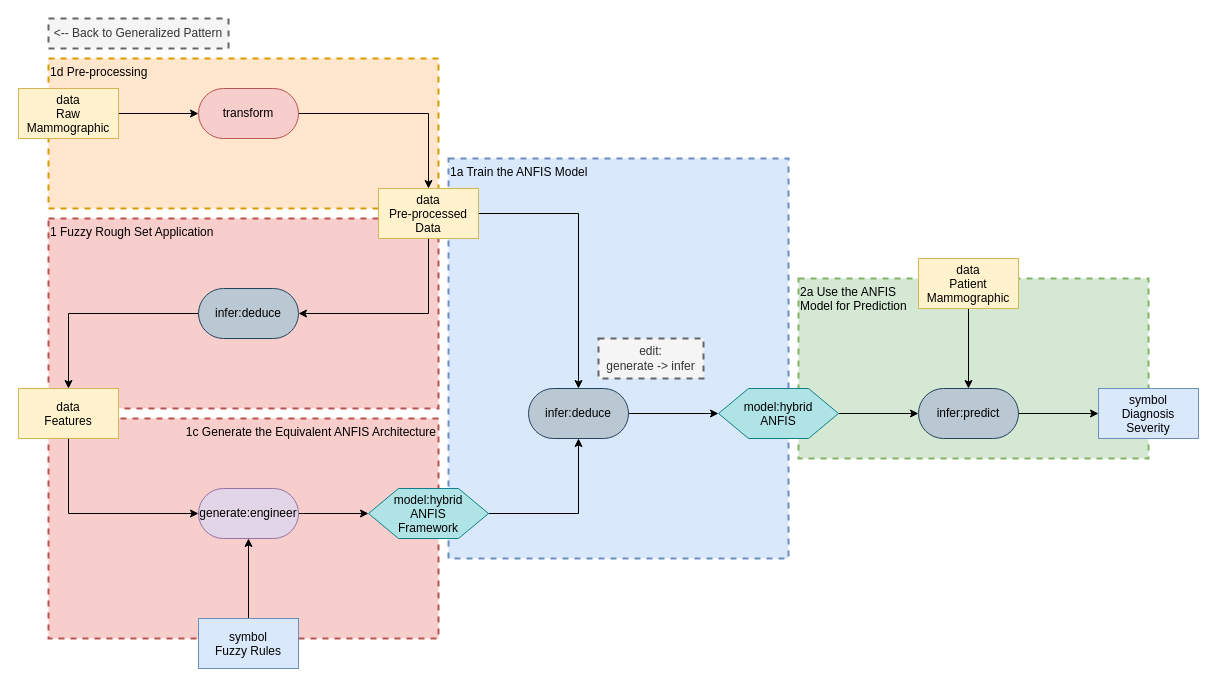
Before: page "Refined Pattern 1" (2 of 8) of medical patterns to boxologies/Rule-Based Method pre-processes input data for ML Prediction (RBML)/REML.drawio in zonnesmit/thesis, a draw.io diagram. Source tidied: cells renumbered, new cells numbered last; positions are measured from the earlier drawing's top-left corner, leaving out a move shared by most shapes. Both pictures are drawn from the tidied source at 100%, with x=0, y=0 at pixel (18, 18).
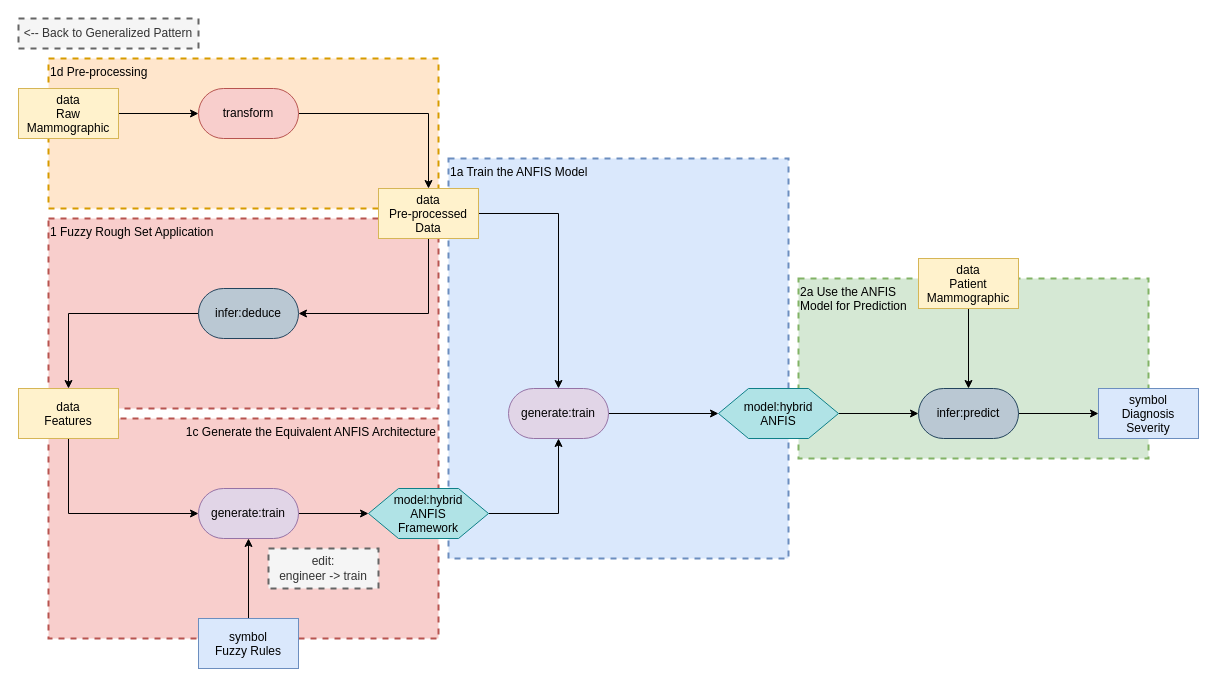
After the change.

Unchanged cells that the change refers to:
```xml
<mxCell id="13" value="data&#10;Pre-processed&#10;Data" style="rectangle;fillColor=#fff2cc;strokeColor=#d6b656;" parent="1" vertex="1">
  <mxGeometry x="360" y="170" width="100" height="50" as="geometry" />
</mxCell>
<mxCell id="17" value="data&#10;Features" style="rectangle;fillColor=#fff2cc;strokeColor=#d6b656;" parent="1" vertex="1">
  <mxGeometry y="370" width="100" height="50" as="geometry" />
</mxCell>
<mxCell id="21" value="model:hybrid&#10;ANFIS&#10;Framework" style="shape=hexagon;perimeter=hexagonPerimeter2;fillColor=#b0e3e6;strokeColor=#0e8088;" parent="1" vertex="1">
  <mxGeometry x="350" y="470" width="120" height="50" as="geometry" />
</mxCell>
<mxCell id="23" value="symbol&#10;Fuzzy Rules" style="rectangle;fillColor=#dae8fc;strokeColor=#6c8ebf;" parent="1" vertex="1">
  <mxGeometry x="180" y="600" width="100" height="50" as="geometry" />
</mxCell>
<mxCell id="25" value="model:hybrid&#10;ANFIS" style="shape=hexagon;perimeter=hexagonPerimeter2;fillColor=#b0e3e6;strokeColor=#0e8088;" parent="1" vertex="1">
  <mxGeometry x="700" y="370" width="120" height="50" as="geometry" />
</mxCell>
```

What changed in the source:
```diff
@@
-    <mxCell id="12" style="edgeStyle=orthogonalEdgeStyle;rounded=0;jettySize=auto;html=1;exitX=1;exitY=0.5;exitDx=0;exitDy=0;entryX=0.5;entryY=0;entryDx=0;entryDy=0;" parent="1" edge="1" source="13" target="32">
-      <mxGeometry relative="1" as="geometry" />
-    </mxCell>
+    <mxCell id="35" style="edgeStyle=orthogonalEdgeStyle;rounded=0;jettySize=auto;html=1;exitX=1;exitY=0.5;exitDx=0;exitDy=0;entryX=0.5;entryY=0;entryDx=0;entryDy=0;" parent="1" edge="1" source="13" target="40">
+      <mxGeometry relative="1" as="geometry" />
+    </mxCell>
@@
-    <mxCell id="16" style="edgeStyle=orthogonalEdgeStyle;rounded=0;jettySize=auto;html=1;exitX=0.5;exitY=1;exitDx=0;exitDy=0;entryX=0;entryY=0.5;entryDx=0;entryDy=0;" parent="1" edge="1" source="17" target="19">
-      <mxGeometry relative="1" as="geometry" />
-    </mxCell>
+    <mxCell id="36" style="edgeStyle=orthogonalEdgeStyle;rounded=0;jettySize=auto;html=1;exitX=0.5;exitY=1;exitDx=0;exitDy=0;entryX=0;entryY=0.5;entryDx=0;entryDy=0;" parent="1" edge="1" source="17" target="42">
+      <mxGeometry relative="1" as="geometry" />
+    </mxCell>
@@
-    <mxCell id="18" style="edgeStyle=orthogonalEdgeStyle;rounded=0;jettySize=auto;html=1;exitX=1;exitY=0.5;exitDx=0;exitDy=0;entryX=0;entryY=0.5;entryDx=0;entryDy=0;" parent="1" edge="1" source="19" target="21">
-      <mxGeometry relative="1" as="geometry" />
-    </mxCell>
-    <mxCell id="19" value="generate:engineer" style="rounded=1;whiteSpace=wrap;html=1;arcSize=50;fillColor=#e1d5e7;strokeColor=#9673a6;" parent="1" vertex="1">
-      <mxGeometry x="180" y="470" width="100" height="50" as="geometry" />
-    </mxCell>
-    <mxCell id="20" style="edgeStyle=orthogonalEdgeStyle;rounded=0;jettySize=auto;html=1;exitX=1;exitY=0.5;exitDx=0;exitDy=0;entryX=0.5;entryY=1;entryDx=0;entryDy=0;" parent="1" edge="1" source="21" target="32">
-      <mxGeometry relative="1" as="geometry" />
-    </mxCell>
+    <mxCell id="37" style="edgeStyle=orthogonalEdgeStyle;rounded=0;jettySize=auto;html=1;exitX=1;exitY=0.5;exitDx=0;exitDy=0;entryX=0.5;entryY=1;entryDx=0;entryDy=0;" parent="1" edge="1" source="21" target="40">
+      <mxGeometry relative="1" as="geometry" />
+    </mxCell>
@@
-    <mxCell id="22" style="edgeStyle=orthogonalEdgeStyle;rounded=0;jettySize=auto;html=1;entryX=0.5;entryY=1;entryDx=0;entryDy=0;" parent="1" edge="1" source="23" target="19">
-      <mxGeometry relative="1" as="geometry" />
-    </mxCell>
+    <mxCell id="38" style="edgeStyle=orthogonalEdgeStyle;rounded=0;jettySize=auto;html=1;exitX=0.5;exitY=0;exitDx=0;exitDy=0;entryX=0.5;entryY=1;entryDx=0;entryDy=0;" parent="1" edge="1" source="23" target="42">
+      <mxGeometry relative="1" as="geometry" />
+    </mxCell>
@@
-    <mxCell id="31" style="edgeStyle=orthogonalEdgeStyle;rounded=0;jettySize=auto;html=1;exitX=1;exitY=0.5;exitDx=0;exitDy=0;entryX=0;entryY=0.5;entryDx=0;entryDy=0;" parent="1" edge="1" source="32" target="25">
-      <mxGeometry relative="1" as="geometry" />
-    </mxCell>
-    <mxCell id="32" value="infer:deduce" style="rounded=1;whiteSpace=wrap;html=1;arcSize=50;fillColor=#bac8d3;strokeColor=#23445d;" parent="1" vertex="1">
-      <mxGeometry x="510" y="370" width="100" height="50" as="geometry" />
-    </mxCell>
-    <mxCell id="33" value="&lt;div&gt;edit:&lt;/div&gt;&lt;div&gt;generate -&amp;gt; infer&lt;/div&gt;" style="text;html=1;align=center;verticalAlign=middle;whiteSpace=wrap;rounded=0;dashed=1;fillColor=#f5f5f5;fontColor=#333333;strokeColor=#666666;strokeWidth=2;" parent="1" vertex="1">
-      <mxGeometry x="580" y="320" width="105" height="40" as="geometry" />
-    </mxCell>
     <mxCell id="34" value="&amp;lt;-- Back to Generalized Pattern" style="text;html=1;align=center;verticalAlign=middle;whiteSpace=wrap;rounded=0;dashed=1;fillColor=#f5f5f5;strokeColor=#666666;strokeWidth=2;fontColor=#333333;" parent="1" vertex="1">
-      <mxGeometry x="30" width="180" height="30" as="geometry" />
+      <mxGeometry width="180" height="30" as="geometry" />
     </mxCell>
+    <mxCell id="39" style="edgeStyle=orthogonalEdgeStyle;rounded=0;jettySize=auto;html=1;exitX=1;exitY=0.5;exitDx=0;exitDy=0;entryX=0;entryY=0.5;entryDx=0;entryDy=0;" parent="1" edge="1" source="40" target="25">
+      <mxGeometry relative="1" as="geometry" />
+    </mxCell>
+    <mxCell id="40" value="generate:train" style="rounded=1;whiteSpace=wrap;html=1;arcSize=50;fillColor=#e1d5e7;strokeColor=#9673a6;" parent="1" vertex="1">
+      <mxGeometry x="490" y="370" width="100" height="50" as="geometry" />
+    </mxCell>
+    <mxCell id="41" style="edgeStyle=orthogonalEdgeStyle;rounded=0;jettySize=auto;html=1;exitX=1;exitY=0.5;exitDx=0;exitDy=0;entryX=0;entryY=0.5;entryDx=0;entryDy=0;" parent="1" edge="1" source="42" target="21">
+      <mxGeometry relative="1" as="geometry" />
+    </mxCell>
+    <mxCell id="42" value="generate:train" style="rounded=1;whiteSpace=wrap;html=1;arcSize=50;fillColor=#e1d5e7;strokeColor=#9673a6;" parent="1" vertex="1">
+      <mxGeometry x="180" y="470" width="100" height="50" as="geometry" />
+    </mxCell>
+    <mxCell id="43" value="&lt;div&gt;edit:&lt;/div&gt;&lt;div&gt;engineer -&amp;gt; train&lt;/div&gt;" style="text;html=1;align=center;verticalAlign=middle;whiteSpace=wrap;rounded=0;dashed=1;fillColor=#f5f5f5;fontColor=#333333;strokeColor=#666666;strokeWidth=2;" parent="1" vertex="1">
+      <mxGeometry x="250" y="530" width="110" height="40" as="geometry" />
+    </mxCell>
```
